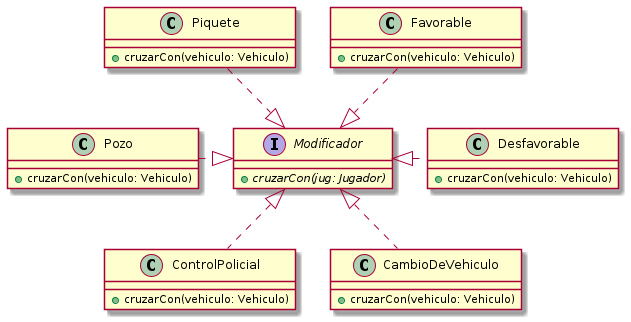
tomasayala/algo3_tp2_1C2022 keeps this PlantUML diagram as diagrams/classes/modelo_inicial/out/diagrams/classes/modelo_inicial/modelo_inicial/interface-modificador.png. Above is the earlier version. Source of this version:
```plantuml
@startuml interface-modificador

interface Modificador {
    + {abstract} cruzarCon(jug: Jugador)
}

class Pozo {
    + cruzarCon(vehiculo: Vehiculo)
}

class ControlPolicial {
    + cruzarCon(vehiculo: Vehiculo)
}

class Piquete {
    + cruzarCon(vehiculo: Vehiculo)
}

class Favorable {
    + cruzarCon(vehiculo: Vehiculo)
}

class Desfavorable {
    + cruzarCon(vehiculo: Vehiculo)
}

class CambioDeVehiculo {
    + cruzarCon(vehiculo: Vehiculo)
}

Favorable ..|> Modificador
Desfavorable .left.|> Modificador
CambioDeVehiculo .up.|> Modificador
Pozo .right.|> Modificador
Piquete ..|> Modificador
ControlPolicial .up.|> Modificador

@enduml
```
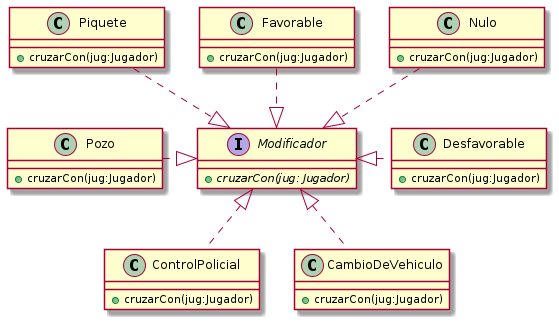
The same diagram one commit later.

Commit message:
Se agrega clase Nulo que implementa la interface Modificador

Diff of the diagram source:
```diff
@@ -5,27 +5,31 @@
 }
 
 class Pozo {
-    + cruzarCon(vehiculo: Vehiculo)
+    + cruzarCon(jug:Jugador)
 }
 
 class ControlPolicial {
-    + cruzarCon(vehiculo: Vehiculo)
+    + cruzarCon(jug:Jugador)
 }
 
 class Piquete {
-    + cruzarCon(vehiculo: Vehiculo)
+    + cruzarCon(jug:Jugador)
 }
 
 class Favorable {
-    + cruzarCon(vehiculo: Vehiculo)
+    + cruzarCon(jug:Jugador)
 }
 
 class Desfavorable {
-    + cruzarCon(vehiculo: Vehiculo)
+    + cruzarCon(jug:Jugador)
 }
 
 class CambioDeVehiculo {
-    + cruzarCon(vehiculo: Vehiculo)
+    + cruzarCon(jug:Jugador)
+}
+
+class Nulo {
+    + cruzarCon(jug:Jugador)
 }
 
 Favorable ..|> Modificador
@@ -34,5 +38,6 @@
 Pozo .right.|> Modificador
 Piquete ..|> Modificador
 ControlPolicial .up.|> Modificador
+Nulo ..|> Modificador
 
 @enduml
```
